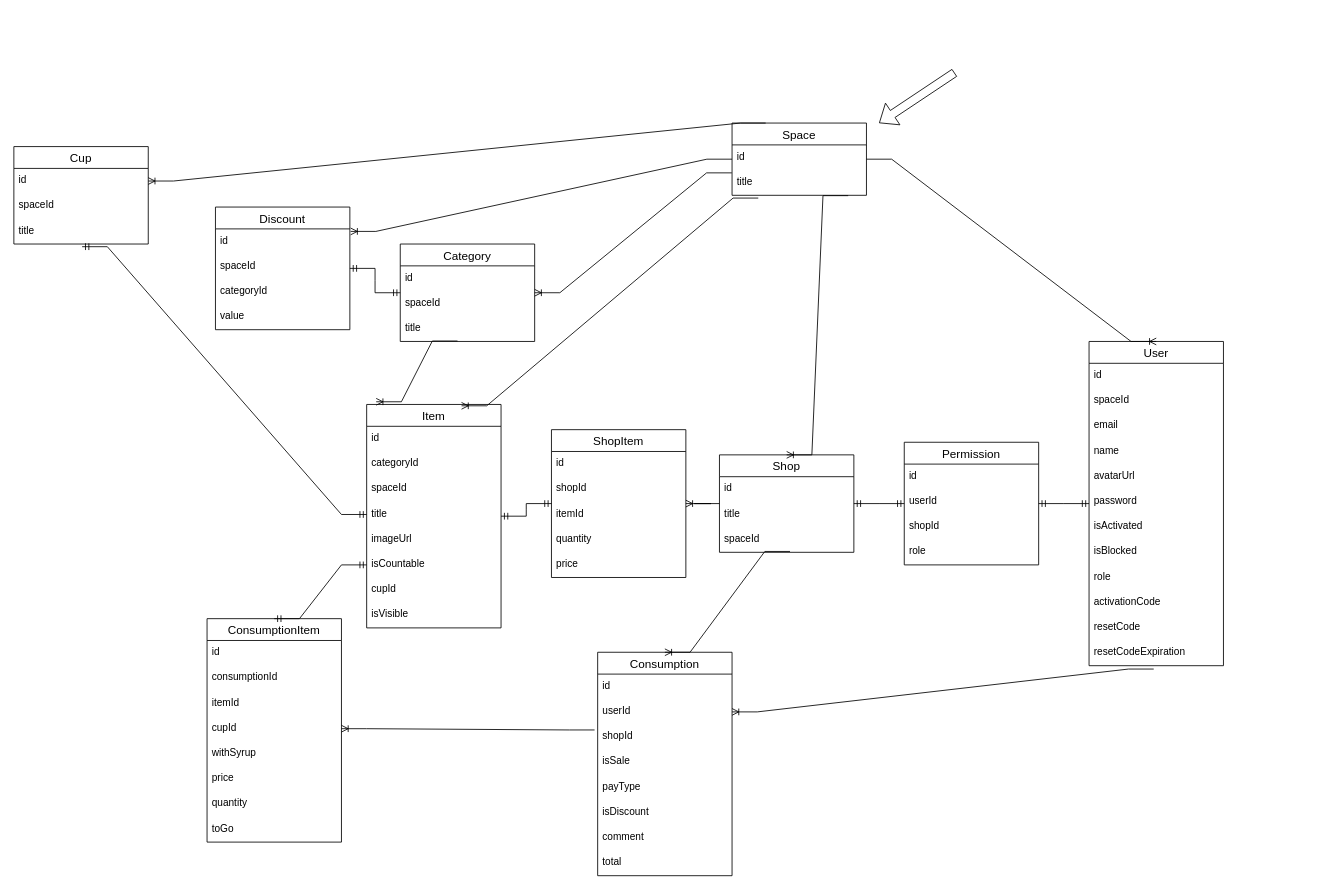
This is horeca.drawio from Nik68rus/myhoreca, a draw.io file, before an edit. Source tidied: cells renumbered, new cells numbered last; positions are measured from the earlier drawing's top-left corner, leaving out a move shared by most shapes. Both pictures are drawn from the tidied source at 84%, with x=0, y=0 at pixel (13, 72).
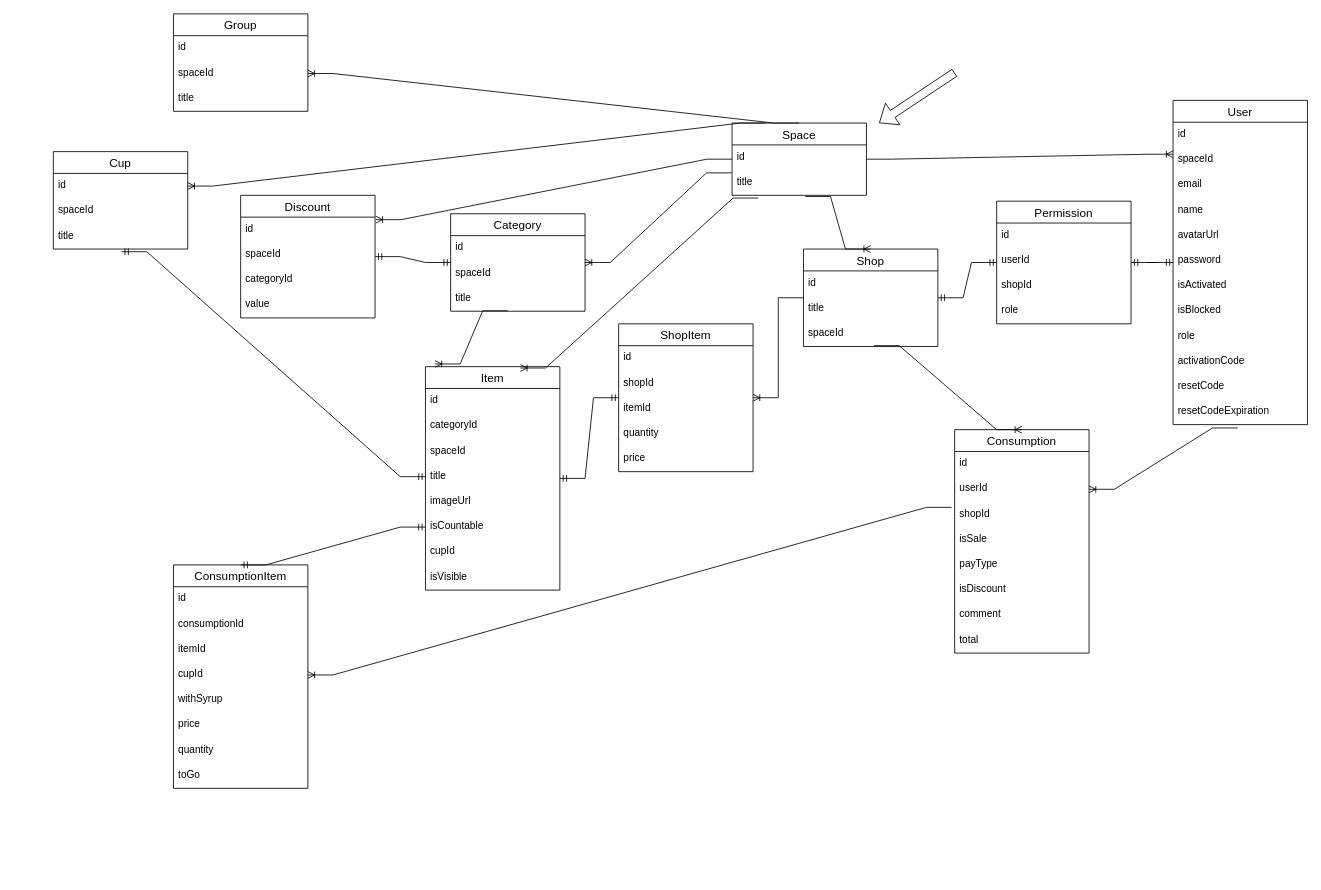
Above is the later version.

Unchanged cells that the change refers to:
```xml
<mxCell id="4" value="spaceId" style="text;strokeColor=none;fillColor=none;spacingLeft=4;spacingRight=4;overflow=hidden;points=[[0,0.5],[1,0.5]];portConstraint=eastwest;fontSize=12;" parent="2" vertex="1">
  <mxGeometry y="56" width="160" height="30" as="geometry" />
</mxCell>
<mxCell id="70" value="Space" style="swimlane;fontStyle=0;horizontal=1;startSize=26;align=center;fontSize=14;" parent="1" vertex="1">
  <mxGeometry x="855" y="60" width="160" height="86" as="geometry" />
</mxCell>
<mxCell id="72" value="title" style="text;strokeColor=none;fillColor=none;spacingLeft=4;spacingRight=4;overflow=hidden;points=[[0,0.5],[1,0.5]];portConstraint=eastwest;fontSize=12;" parent="70" vertex="1">
  <mxGeometry y="56" width="160" height="30" as="geometry" />
</mxCell>
```

Change to the diagram source:
```diff
@@
     <mxCell id="2" value="User" style="swimlane;fontStyle=0;horizontal=1;startSize=26;align=center;fontSize=14;" parent="1" vertex="1">
-      <mxGeometry x="1280" y="320" width="160" height="386" as="geometry" />
+      <mxGeometry x="1380" y="33" width="160" height="386" as="geometry" />
     </mxCell>
@@
     <mxCell id="15" value="Shop" style="swimlane;fontStyle=0;horizontal=1;startSize=26;align=center;fontSize=14;" parent="1" vertex="1">
-      <mxGeometry x="840" y="455" width="160" height="116" as="geometry" />
+      <mxGeometry x="940" y="210" width="160" height="116" as="geometry" />
     </mxCell>
@@
     <mxCell id="19" value="Permission" style="swimlane;fontStyle=0;horizontal=1;startSize=26;align=center;fontSize=14;" parent="1" vertex="1">
-      <mxGeometry x="1060" y="440" width="160" height="146" as="geometry" />
+      <mxGeometry x="1170" y="153" width="160" height="146" as="geometry" />
     </mxCell>
@@
     <mxCell id="24" value="Item" style="swimlane;fontStyle=0;horizontal=1;startSize=26;align=center;fontSize=14;" parent="1" vertex="1">
-      <mxGeometry x="420" y="395" width="160" height="266" as="geometry" />
+      <mxGeometry x="490" y="350" width="160" height="266" as="geometry" />
     </mxCell>
@@
     <mxCell id="33" value="ShopItem" style="swimlane;fontStyle=0;horizontal=1;startSize=26;align=center;fontSize=14;" parent="1" vertex="1">
-      <mxGeometry x="640" y="425" width="160" height="176" as="geometry" />
+      <mxGeometry x="720" y="299" width="160" height="176" as="geometry" />
     </mxCell>
@@
     <mxCell id="43" value="Cup" style="swimlane;fontStyle=0;horizontal=1;startSize=26;align=center;fontSize=14;" parent="1" vertex="1">
-      <mxGeometry y="88" width="160" height="116" as="geometry" />
+      <mxGeometry x="47" y="94" width="160" height="116" as="geometry" />
     </mxCell>
@@
     <mxCell id="48" value="ConsumptionItem" style="swimlane;fontStyle=0;horizontal=1;startSize=26;align=center;fontSize=14;" parent="1" vertex="1">
-      <mxGeometry x="230" y="650" width="160" height="266" as="geometry" />
+      <mxGeometry x="190" y="586" width="160" height="266" as="geometry" />
     </mxCell>
@@
     <mxCell id="57" value="Consumption" style="swimlane;fontStyle=0;horizontal=1;startSize=26;align=center;fontSize=14;" parent="1" vertex="1">
-      <mxGeometry x="695" y="690" width="160" height="266" as="geometry" />
+      <mxGeometry x="1120" y="425" width="160" height="266" as="geometry" />
     </mxCell>
@@
-    <mxCell id="73" style="edgeStyle=entityRelationEdgeStyle;fontSize=12;html=1;endArrow=ERoneToMany;rounded=0;entryX=0.5;entryY=0;entryDx=0;entryDy=0;exitX=0.864;exitY=1.014;exitDx=0;exitDy=0;exitPerimeter=0;" parent="1" edge="1" source="72" target="15">
+    <mxCell id="73" style="edgeStyle=entityRelationEdgeStyle;fontSize=12;html=1;endArrow=ERoneToMany;rounded=0;entryX=0.5;entryY=0;entryDx=0;entryDy=0;exitX=0.545;exitY=1.048;exitDx=0;exitDy=0;exitPerimeter=0;" parent="1" edge="1" source="72" target="15">
       <mxGeometry relative="1" as="geometry" />
     </mxCell>
-    <mxCell id="74" style="edgeStyle=entityRelationEdgeStyle;fontSize=12;html=1;endArrow=ERoneToMany;rounded=0;entryX=0.5;entryY=0;entryDx=0;entryDy=0;" parent="1" edge="1" source="70" target="2">
+    <mxCell id="74" style="edgeStyle=entityRelationEdgeStyle;fontSize=12;html=1;endArrow=ERoneToMany;rounded=0;entryX=0;entryY=0.27;entryDx=0;entryDy=0;entryPerimeter=0;" parent="1" edge="1" source="70" target="4">
       <mxGeometry relative="1" as="geometry" />
     </mxCell>
@@
     <mxCell id="76" value="Category" style="swimlane;fontStyle=0;horizontal=1;startSize=26;align=center;fontSize=14;" parent="1" vertex="1">
-      <mxGeometry x="460" y="204" width="160" height="116" as="geometry" />
+      <mxGeometry x="520" y="168" width="160" height="116" as="geometry" />
     </mxCell>
@@
     <mxCell id="83" value="Discount" style="swimlane;fontStyle=0;horizontal=1;startSize=26;align=center;fontSize=14;" parent="1" vertex="1">
-      <mxGeometry x="240" y="160" width="160" height="146" as="geometry" />
+      <mxGeometry x="270" y="146" width="160" height="146" as="geometry" />
     </mxCell>
@@
+    <mxCell id="91" value="Group" style="swimlane;fontStyle=0;horizontal=1;startSize=26;align=center;fontSize=14;" parent="1" vertex="1">
+      <mxGeometry x="190" y="-70" width="160" height="116" as="geometry" />
+    </mxCell>
+    <mxCell id="92" value="id" style="text;strokeColor=none;fillColor=none;spacingLeft=4;spacingRight=4;overflow=hidden;fontSize=12;" parent="91" vertex="1">
+      <mxGeometry y="26" width="160" height="30" as="geometry" />
+    </mxCell>
+    <mxCell id="93" value="spaceId" style="text;strokeColor=none;fillColor=none;spacingLeft=4;spacingRight=4;overflow=hidden;points=[[0,0.5],[1,0.5]];portConstraint=eastwest;fontSize=12;" parent="91" vertex="1">
+      <mxGeometry y="56" width="160" height="30" as="geometry" />
+    </mxCell>
+    <mxCell id="94" value="title" style="text;strokeColor=none;fillColor=none;spacingLeft=4;spacingRight=4;overflow=hidden;fontSize=12;" parent="91" vertex="1">
+      <mxGeometry y="86" width="160" height="30" as="geometry" />
+    </mxCell>
+    <mxCell id="95" style="edgeStyle=entityRelationEdgeStyle;fontSize=12;html=1;endArrow=ERoneToMany;rounded=0;exitX=0.5;exitY=0;exitDx=0;exitDy=0;entryX=1;entryY=0.5;entryDx=0;entryDy=0;" parent="1" edge="1" source="70" target="93">
+      <mxGeometry relative="1" as="geometry" />
+    </mxCell>
```
